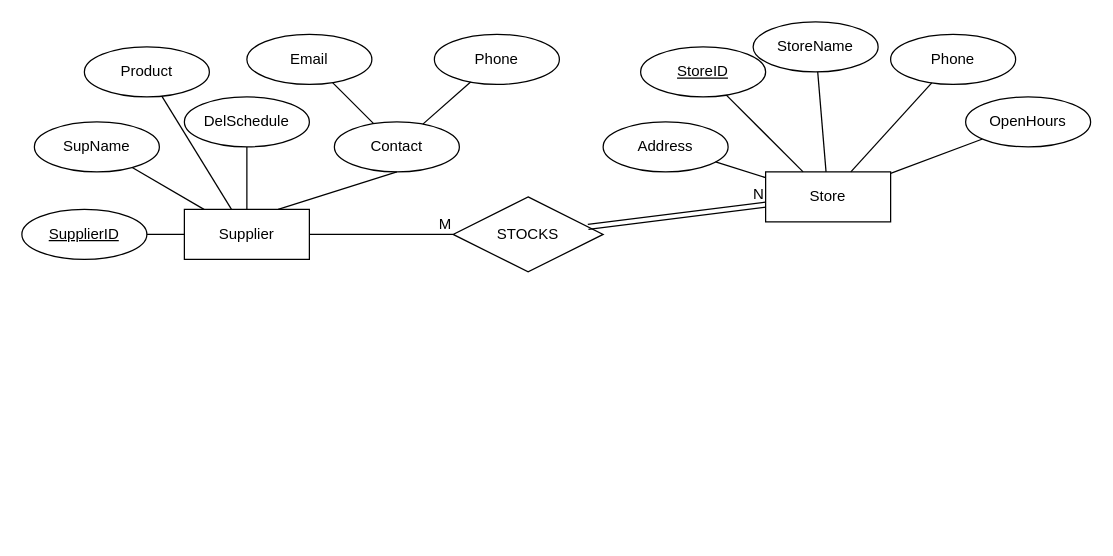
Above: COSC344VINCENT.drawio in ThibaudARoy/Group5EntityRelationshipDiagram (draw.io), before the change. Source tidied: cells renumbered, new cells numbered last; positions are measured from the earlier drawing's top-left corner, leaving out a move shared by most shapes. Both pictures are drawn from the tidied source at 125%, with x=0, y=0 at pixel (21, 21).
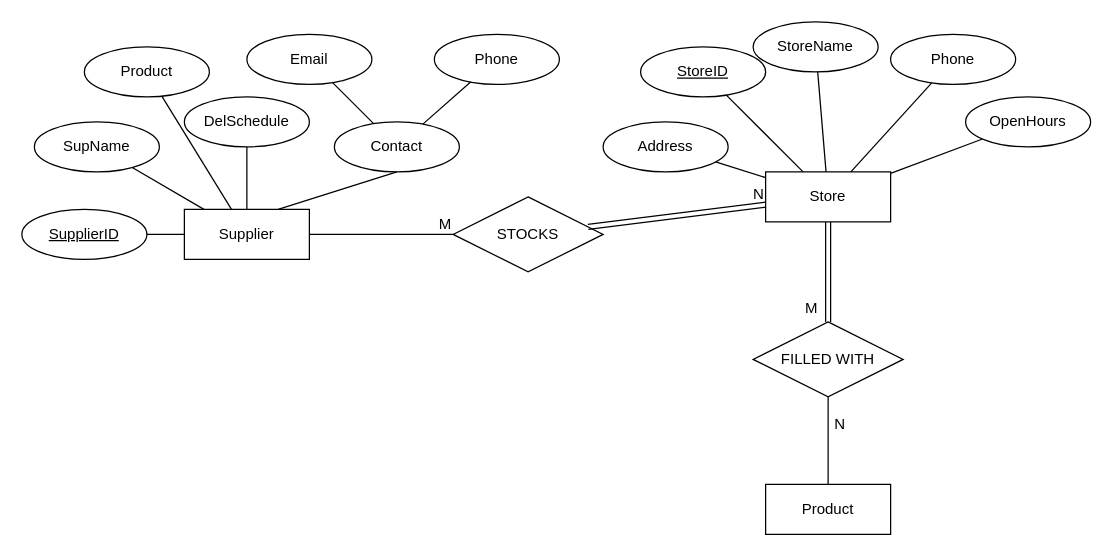
Above is the later version.

Commit message:
added filled with relationship

The change refers to these unchanged cells:
```xml
<mxCell id="2" value="Store" style="whiteSpace=wrap;html=1;align=center;" parent="1" vertex="1">
  <mxGeometry x="595" y="120" width="100" height="40" as="geometry" />
</mxCell>
```

What changed in the source:
```diff
@@
+    <mxCell id="34" value="FILLED WITH" style="shape=rhombus;perimeter=rhombusPerimeter;whiteSpace=wrap;html=1;align=center;" parent="1" vertex="1">
+      <mxGeometry x="585" y="240" width="120" height="60" as="geometry" />
+    </mxCell>
+    <mxCell id="35" value="Product" style="whiteSpace=wrap;html=1;align=center;" parent="1" vertex="1">
+      <mxGeometry x="595" y="370" width="100" height="40" as="geometry" />
+    </mxCell>
+    <mxCell id="36" style="endArrow=none;html=1;" parent="1" edge="1" source="35" target="34">
+      <mxGeometry relative="1" as="geometry" />
+    </mxCell>
+    <mxCell id="37" style="shape=link;html=1;entryX=0.5;entryY=1;entryDx=0;entryDy=0;" parent="1" edge="1" source="34" target="2">
+      <mxGeometry relative="1" as="geometry" />
+    </mxCell>
+    <mxCell id="38" value="M" style="html=1;whiteSpace=wrap;align=right;verticalAlign=bottom;" parent="1" vertex="1">
+      <mxGeometry x="355" y="180" as="geometry">
+        <mxPoint x="283" y="57" as="offset" />
+      </mxGeometry>
+    </mxCell>
+    <mxCell id="39" value="N" style="html=1;whiteSpace=wrap;align=right;verticalAlign=bottom;" parent="1" vertex="1">
+      <mxGeometry x="660" y="330" as="geometry" />
+    </mxCell>
```
